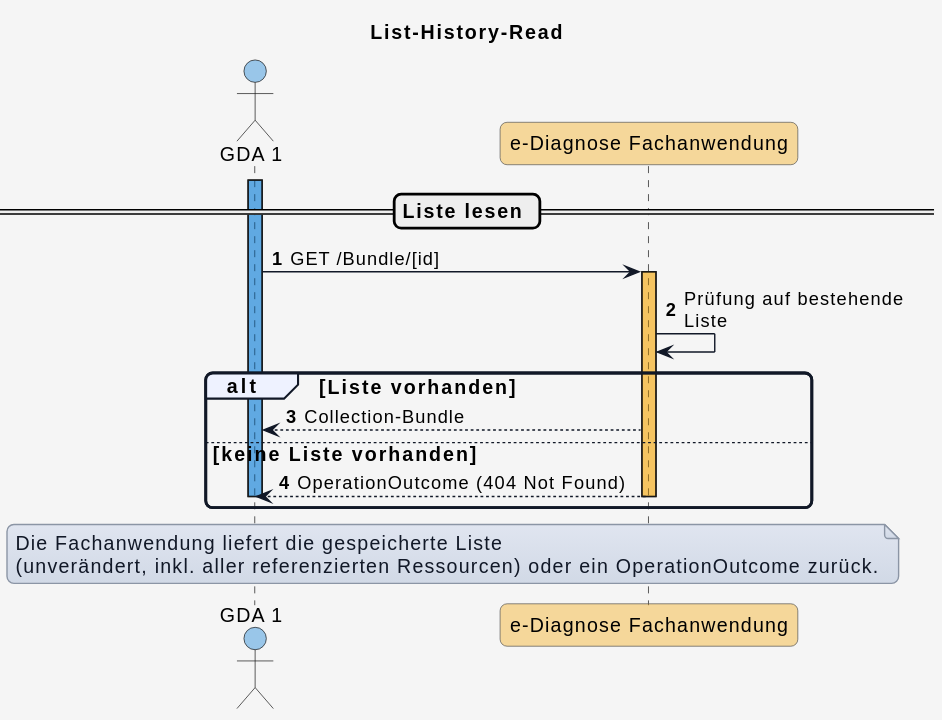
This is input/images/plantuml/diagram_planhistoryread.svg from HL7Austria/ELGA-e-Diagnose-R4, a PlantUML export, as it was before one commit.
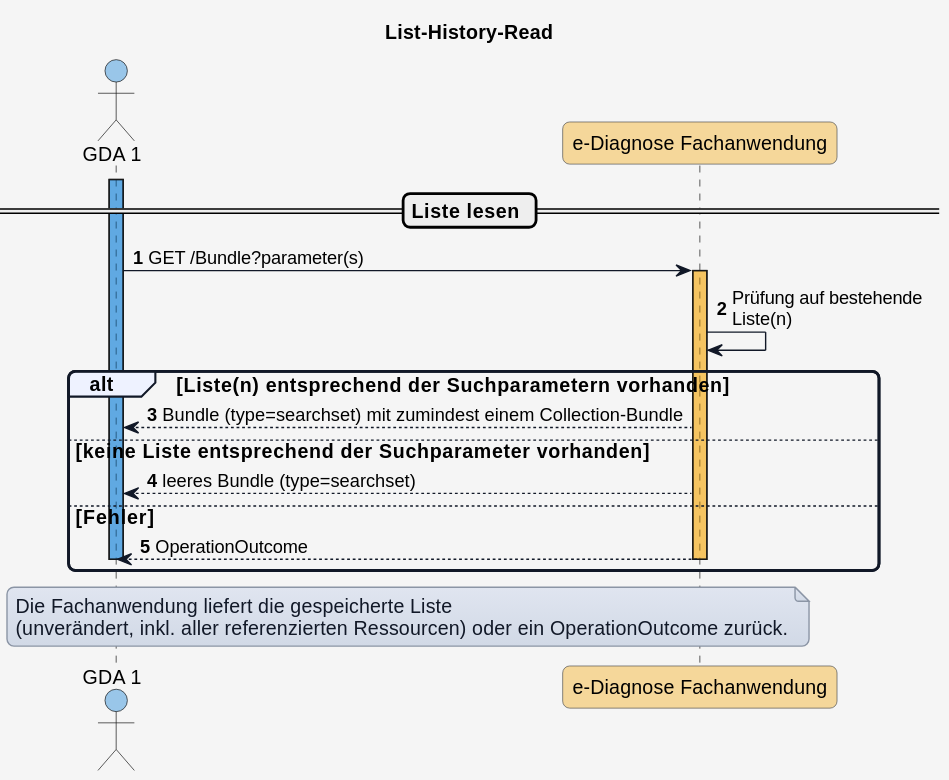
The same diagram one commit later.

Commit message:
Update Bundle search

What changed in the source:
```diff
@@ -60,15 +60,17 @@
 == Liste lesen ==
 
 
-GDA_1 -> eDiag_FA: GET /Bundle/[id]
+GDA_1 -> eDiag_FA: GET /Bundle?parameter(s)
 
 activate eDiag_FA COLOR_DIAG_FA
-eDiag_FA -> eDiag_FA: Prüfung auf bestehende\nListe
+eDiag_FA -> eDiag_FA: Prüfung auf bestehende\nListe(n)
 
-alt Liste vorhanden
-  eDiag_FA --> GDA_1: Collection-Bundle
-else keine Liste vorhanden
-  eDiag_FA --> GDA_1: OperationOutcome (404 Not Found)
+alt Liste(n) entsprechend der Suchparametern vorhanden
+  eDiag_FA --> GDA_1: Bundle (type=searchset) mit zumindest einem Collection-Bundle
+else keine Liste entsprechend der Suchparameter vorhanden
+  eDiag_FA --> GDA_1: leeres Bundle (type=searchset)
+else Fehler
+  eDiag_FA --> GDA_1: OperationOutcome
   deactivate GDA_1
   deactivate eDiag_FA
 end
```
